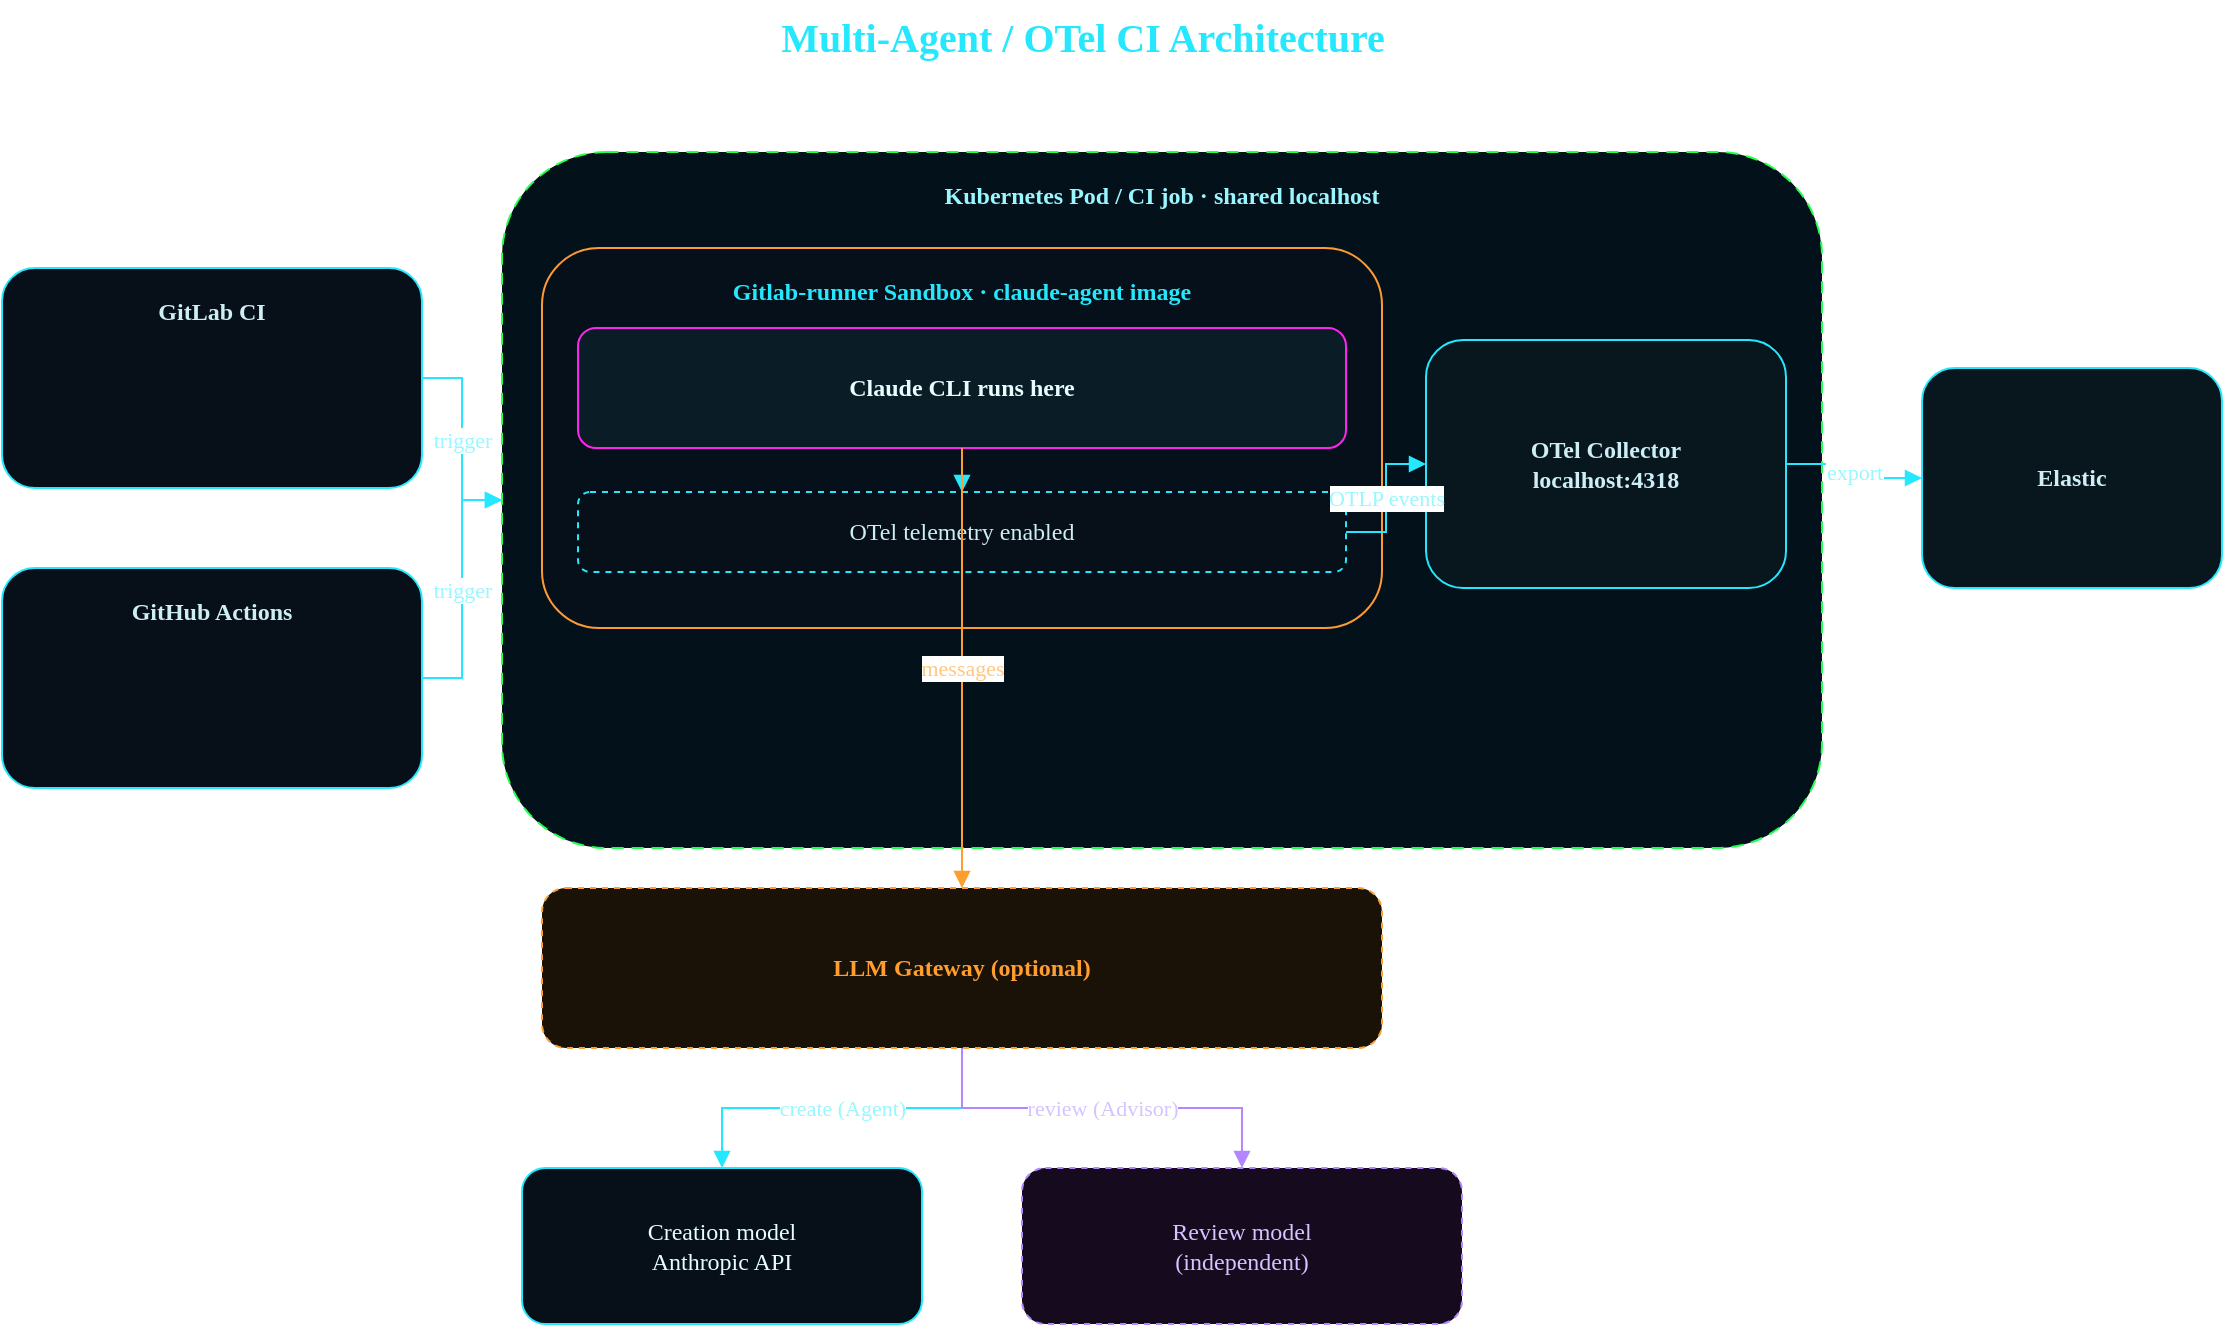
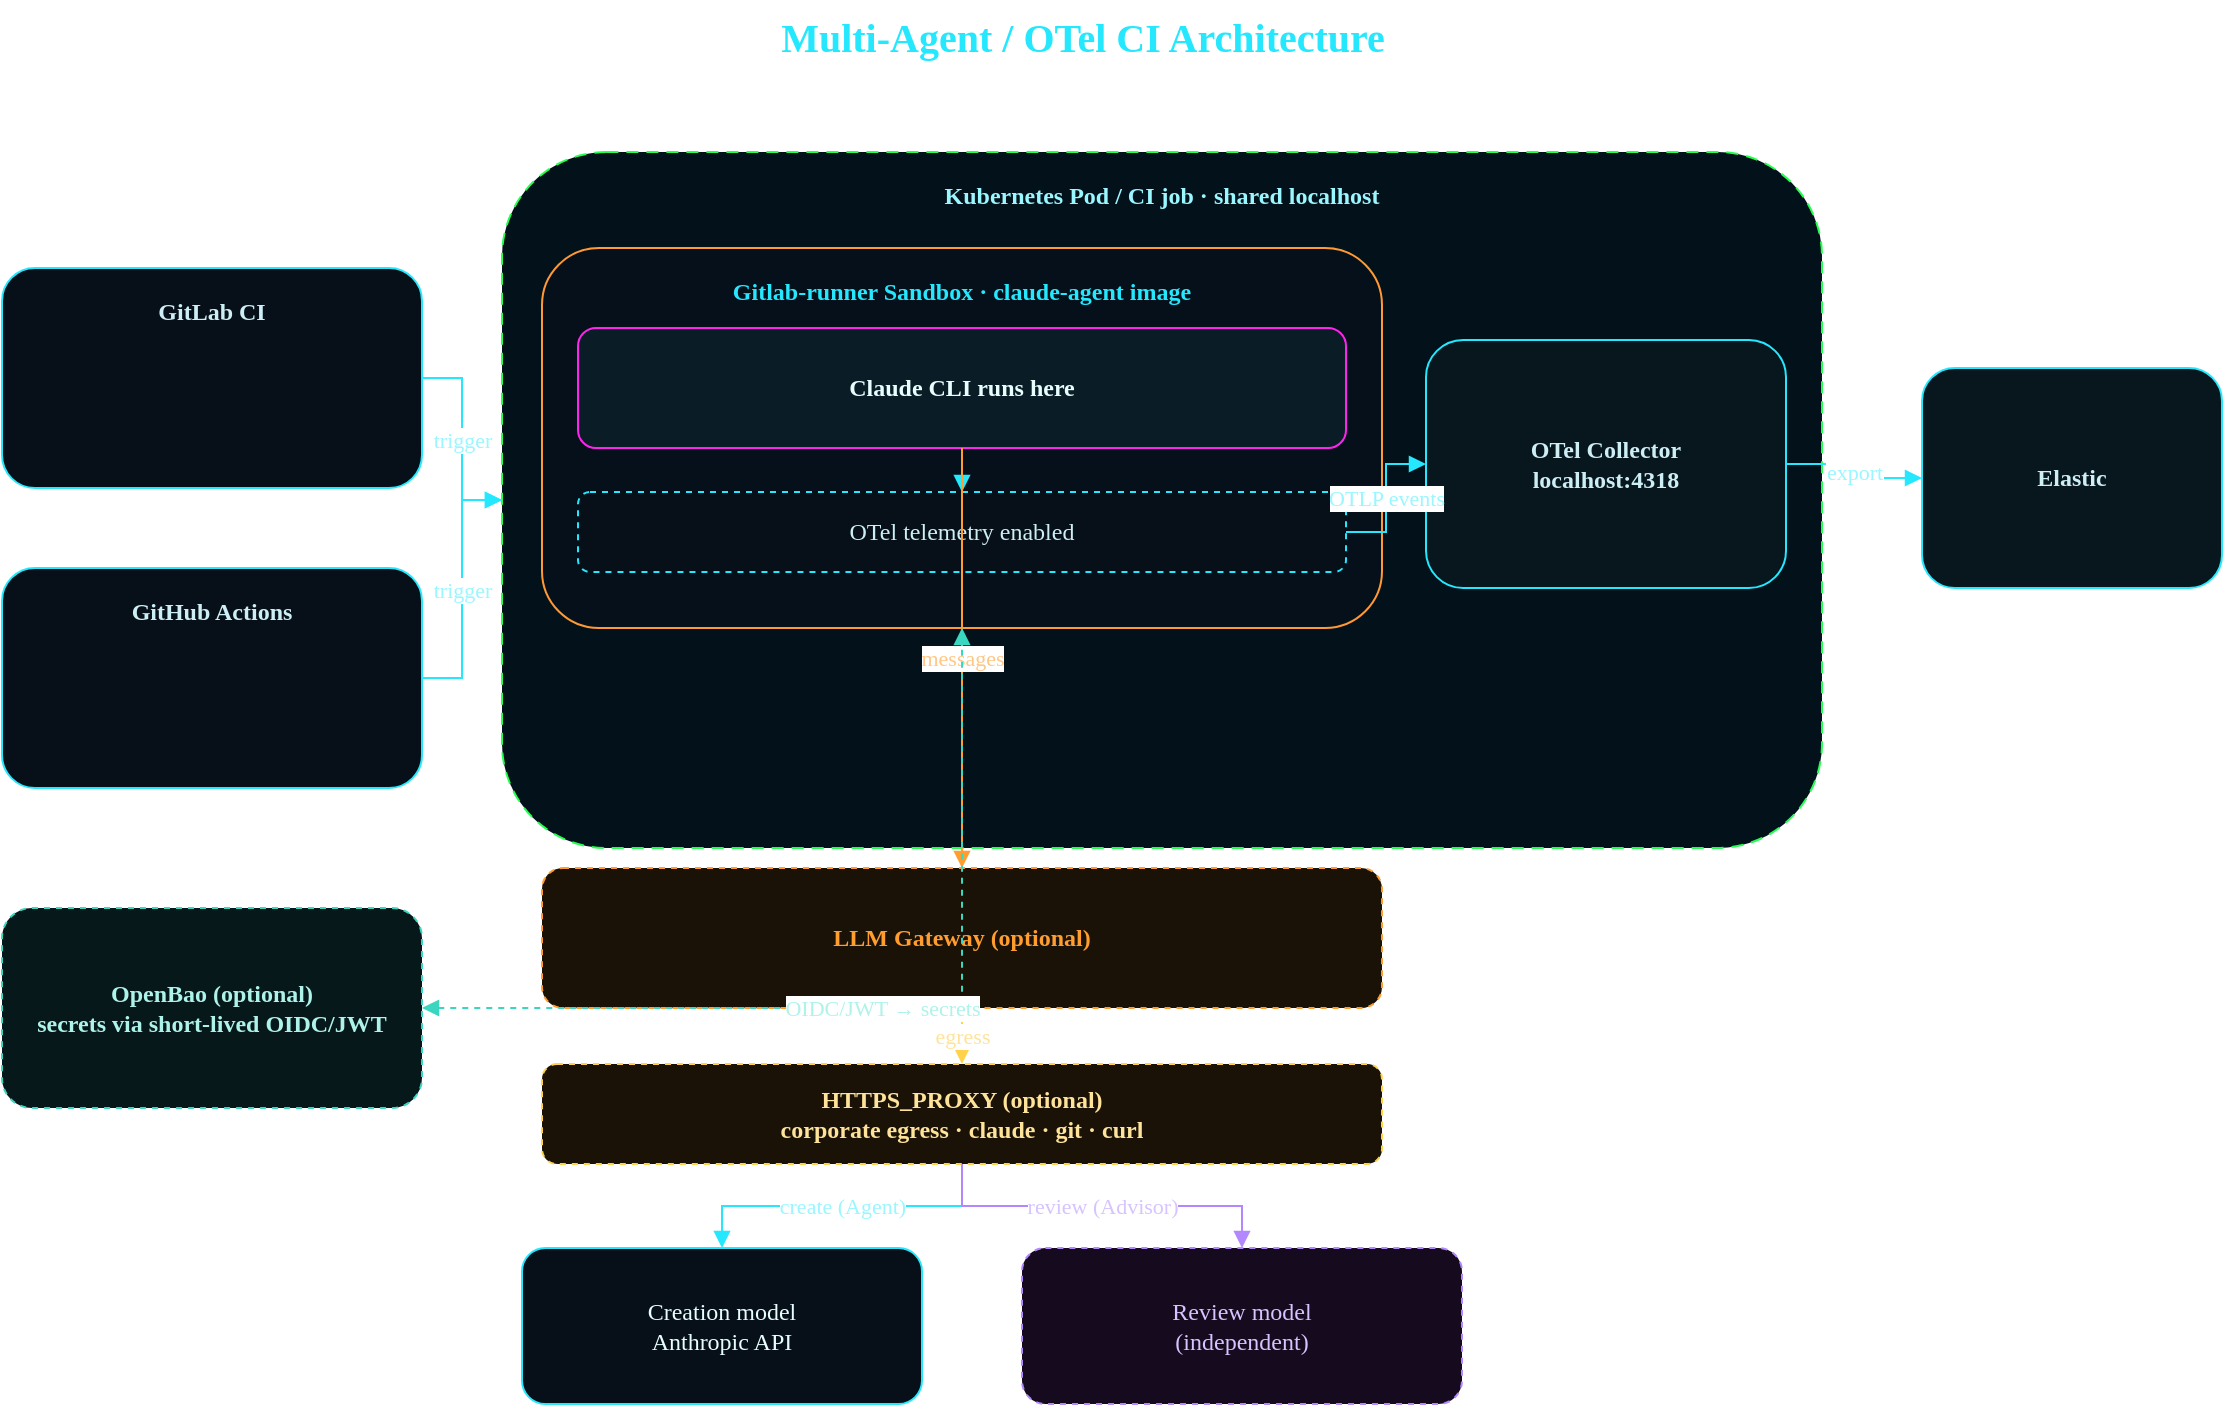
<mxfile host="65bd71144e">
    <diagram id="ci-arch" name="CI Architecture">
        <mxGraphModel dx="1269" dy="1061" grid="1" gridSize="10" guides="1" tooltips="1" connect="1" arrows="1" fold="1" page="1" pageScale="1" pageWidth="1169" pageHeight="826" math="0" shadow="0">
            <root>
                <mxCell id="0"/>
                <mxCell id="1" parent="0"/>
                <mxCell id="title" value="Multi-Agent / OTel CI Architecture" style="text;html=1;align=center;verticalAlign=middle;fontSize=20;fontStyle=1;fontColor=#25e8ff;fontFamily=Orbitron;" parent="1" vertex="1">
                    <mxGeometry x="360" y="16" width="440" height="36" as="geometry"/>
                </mxCell>
                <mxCell id="gitlab" value="GitLab CI" style="rounded=1;whiteSpace=wrap;html=1;fillColor=#071018;strokeColor=#25e8ff;fontColor=#cdeef5;fontFamily=Rajdhani;align=center;verticalAlign=top;spacingTop=8;fontStyle=1;" parent="1" vertex="1">
                    <mxGeometry x="40" y="150" width="210" height="110" as="geometry"/>
                </mxCell>
                <mxCell id="github" value="GitHub Actions" style="rounded=1;whiteSpace=wrap;html=1;fillColor=#071018;strokeColor=#25e8ff;fontColor=#cdeef5;fontFamily=Rajdhani;align=center;verticalAlign=top;spacingTop=8;fontStyle=1;" parent="1" vertex="1">
                    <mxGeometry x="40" y="300" width="210" height="110" as="geometry"/>
                </mxCell>
                <mxCell id="pod" value="Kubernetes Pod / CI job  ·  shared localhost" style="rounded=1;whiteSpace=wrap;html=1;fillColor=#03121a;strokeColor=light-dark(#24ff50, #006a7e);fontColor=#9af6ff;fontFamily=Orbitron;align=center;verticalAlign=top;spacingTop=8;fontStyle=1;dashed=1;dashPattern=6 4;" parent="1" vertex="1">
                    <mxGeometry x="290" y="92" width="660" height="348" as="geometry"/>
                </mxCell>
                <mxCell id="sandbox" value="Gitlab-runner Sandbox  ·  claude-agent image" style="rounded=1;whiteSpace=wrap;html=1;fillColor=#05101a;strokeColor=#FF9933;fontColor=#25e8ff;fontFamily=Orbitron;align=center;verticalAlign=top;spacingTop=8;fontStyle=1;" parent="1" vertex="1">
                    <mxGeometry x="310" y="140" width="420" height="190" as="geometry"/>
                </mxCell>
                <mxCell id="agent" value="Claude CLI runs here" style="rounded=1;whiteSpace=wrap;html=1;fillColor=#0a1c26;strokeColor=light-dark(#ff24ed, #006a7e);fontColor=#e7feff;fontFamily=Rajdhani;align=center;verticalAlign=middle;fontStyle=1;" parent="1" vertex="1">
                    <mxGeometry x="328" y="180" width="384" height="60" as="geometry"/>
                </mxCell>
                <mxCell id="otelflags" value="OTel telemetry enabled" style="rounded=1;whiteSpace=wrap;html=1;fillColor=#071018;strokeColor=#25e8ff;fontColor=#cdeef5;fontFamily=Rajdhani;align=center;verticalAlign=middle;dashed=1;" parent="1" vertex="1">
                    <mxGeometry x="328" y="262" width="384" height="40" as="geometry"/>
                </mxCell>
                <mxCell id="otel" value="OTel Collector&#xa;localhost:4318" style="rounded=1;whiteSpace=wrap;html=1;fillColor=#08161e;strokeColor=#25e8ff;fontColor=#cdeef5;fontFamily=Rajdhani;align=center;verticalAlign=middle;fontStyle=1;" parent="1" vertex="1">
                    <mxGeometry x="752" y="186" width="180" height="124" as="geometry"/>
                </mxCell>
                <mxCell id="elastic" value="Elastic" style="rounded=1;whiteSpace=wrap;html=1;fillColor=#08161e;strokeColor=#25e8ff;fontColor=#cdeef5;fontFamily=Rajdhani;align=center;verticalAlign=middle;fontStyle=1;" parent="1" vertex="1">
                    <mxGeometry x="1000" y="200" width="150" height="110" as="geometry"/>
                </mxCell>
+                 <mxCell id="openbao" value="OpenBao (optional)&#xa;secrets via short-lived OIDC/JWT" style="rounded=1;whiteSpace=wrap;html=1;fillColor=#06181a;strokeColor=#3ad6c0;fontColor=#aef3ea;fontFamily=Rajdhani;align=center;verticalAlign=middle;fontStyle=1;dashed=1;" parent="1" vertex="1">
+                     <mxGeometry x="40" y="470" width="210" height="100" as="geometry"/>
+                 </mxCell>
                <mxCell id="gateway" value="LLM Gateway (optional)" style="rounded=1;whiteSpace=wrap;html=1;fillColor=#1a1206;strokeColor=#ff9d2e;fontColor=#ff9d2e;fontFamily=Rajdhani;align=center;verticalAlign=middle;fontStyle=1;dashed=1;" parent="1" vertex="1">
-                     <mxGeometry x="310" y="460" width="420" height="80" as="geometry"/>
+                     <mxGeometry x="310" y="450" width="420" height="70" as="geometry"/>
+                 </mxCell>
+                 <mxCell id="proxy" value="HTTPS_PROXY (optional)&#xa;corporate egress · claude · git · curl" style="rounded=1;whiteSpace=wrap;html=1;fillColor=#1a1206;strokeColor=#ffd24a;fontColor=#ffe39a;fontFamily=Rajdhani;align=center;verticalAlign=middle;fontStyle=1;dashed=1;" parent="1" vertex="1">
+                     <mxGeometry x="310" y="548" width="420" height="50" as="geometry"/>
                </mxCell>
                <mxCell id="anthropic" value="Creation model&#xa;Anthropic API" style="rounded=1;whiteSpace=wrap;html=1;fillColor=#071018;strokeColor=#25e8ff;fontColor=#e7feff;fontFamily=Rajdhani;align=center;verticalAlign=middle;" parent="1" vertex="1">
-                     <mxGeometry x="300" y="600" width="200" height="78" as="geometry"/>
+                     <mxGeometry x="300" y="640" width="200" height="78" as="geometry"/>
                </mxCell>
                <mxCell id="reviewer" value="Review model&#xa;(independent)" style="rounded=1;whiteSpace=wrap;html=1;fillColor=#160a1f;strokeColor=#b388ff;fontColor=#d6c3ff;fontFamily=Rajdhani;align=center;verticalAlign=middle;dashed=1;" parent="1" vertex="1">
-                     <mxGeometry x="550" y="600" width="220" height="78" as="geometry"/>
+                     <mxGeometry x="550" y="640" width="220" height="78" as="geometry"/>
                </mxCell>
                <mxCell id="e1" value="trigger" style="edgeStyle=orthogonalEdgeStyle;rounded=0;html=1;endArrow=block;strokeColor=#25e8ff;fontColor=#9af6ff;fontFamily=Rajdhani;" parent="1" source="gitlab" target="pod" edge="1">
                    <mxGeometry relative="1" as="geometry"/>
                </mxCell>
                <mxCell id="e2" value="trigger" style="edgeStyle=orthogonalEdgeStyle;rounded=0;html=1;endArrow=block;strokeColor=#25e8ff;fontColor=#9af6ff;fontFamily=Rajdhani;" parent="1" source="github" target="pod" edge="1">
                    <mxGeometry relative="1" as="geometry"/>
                </mxCell>
                <mxCell id="e3" style="edgeStyle=orthogonalEdgeStyle;rounded=0;html=1;endArrow=block;strokeColor=#25e8ff;fontColor=#9af6ff;fontFamily=Rajdhani;" parent="1" source="agent" target="otelflags" edge="1">
                    <mxGeometry relative="1" as="geometry"/>
                </mxCell>
                <mxCell id="e5" value="OTLP events" style="edgeStyle=orthogonalEdgeStyle;rounded=0;html=1;endArrow=block;strokeColor=#25e8ff;fontColor=#9af6ff;fontFamily=Rajdhani;entryX=0;entryY=0.5;entryDx=0;entryDy=0;" parent="1" source="otelflags" target="otel" edge="1">
                    <mxGeometry relative="1" as="geometry"/>
                </mxCell>
                <mxCell id="e4" value="export" style="edgeStyle=orthogonalEdgeStyle;rounded=0;html=1;endArrow=block;strokeColor=#25e8ff;fontColor=#9af6ff;fontFamily=Rajdhani;" parent="1" source="otel" target="elastic" edge="1">
                    <mxGeometry relative="1" as="geometry"/>
                </mxCell>
                <mxCell id="e8" value="&lt;span&gt;messages&lt;/span&gt;" style="edgeStyle=orthogonalEdgeStyle;rounded=0;html=1;endArrow=block;strokeColor=#ff9d2e;fontColor=#ffc785;fontFamily=Rajdhani;" parent="1" source="agent" target="gateway" edge="1">
                    <mxGeometry relative="1" as="geometry"/>
                </mxCell>
-                 <mxCell id="e6" value="create (Agent)" style="edgeStyle=orthogonalEdgeStyle;rounded=0;html=1;endArrow=block;strokeColor=#25e8ff;fontColor=#9af6ff;fontFamily=Rajdhani;" parent="1" source="gateway" target="anthropic" edge="1">
+                 <mxCell id="e9" value="egress" style="edgeStyle=orthogonalEdgeStyle;rounded=0;html=1;endArrow=block;strokeColor=#ffd24a;fontColor=#ffe39a;fontFamily=Rajdhani;dashed=1;" parent="1" source="gateway" target="proxy" edge="1">
                    <mxGeometry relative="1" as="geometry"/>
                </mxCell>
-                 <mxCell id="e7" value="review (Advisor)" style="edgeStyle=orthogonalEdgeStyle;rounded=0;html=1;endArrow=block;strokeColor=#b388ff;fontColor=#d6c3ff;fontFamily=Rajdhani;" parent="1" source="gateway" target="reviewer" edge="1">
+                 <mxCell id="e6" value="create (Agent)" style="edgeStyle=orthogonalEdgeStyle;rounded=0;html=1;endArrow=block;strokeColor=#25e8ff;fontColor=#9af6ff;fontFamily=Rajdhani;" parent="1" source="proxy" target="anthropic" edge="1">
+                     <mxGeometry relative="1" as="geometry"/>
+                 </mxCell>
+                 <mxCell id="e7" value="review (Advisor)" style="edgeStyle=orthogonalEdgeStyle;rounded=0;html=1;endArrow=block;strokeColor=#b388ff;fontColor=#d6c3ff;fontFamily=Rajdhani;" parent="1" source="proxy" target="reviewer" edge="1">
+                     <mxGeometry relative="1" as="geometry"/>
+                 </mxCell>
+                 <mxCell id="e10" value="OIDC/JWT &#8594; secrets" style="edgeStyle=orthogonalEdgeStyle;rounded=0;html=1;endArrow=block;startArrow=block;strokeColor=#3ad6c0;fontColor=#aef3ea;fontFamily=Rajdhani;dashed=1;" parent="1" source="openbao" target="sandbox" edge="1">
                    <mxGeometry relative="1" as="geometry"/>
                </mxCell>
            </root>
        </mxGraphModel>
    </diagram>
</mxfile>